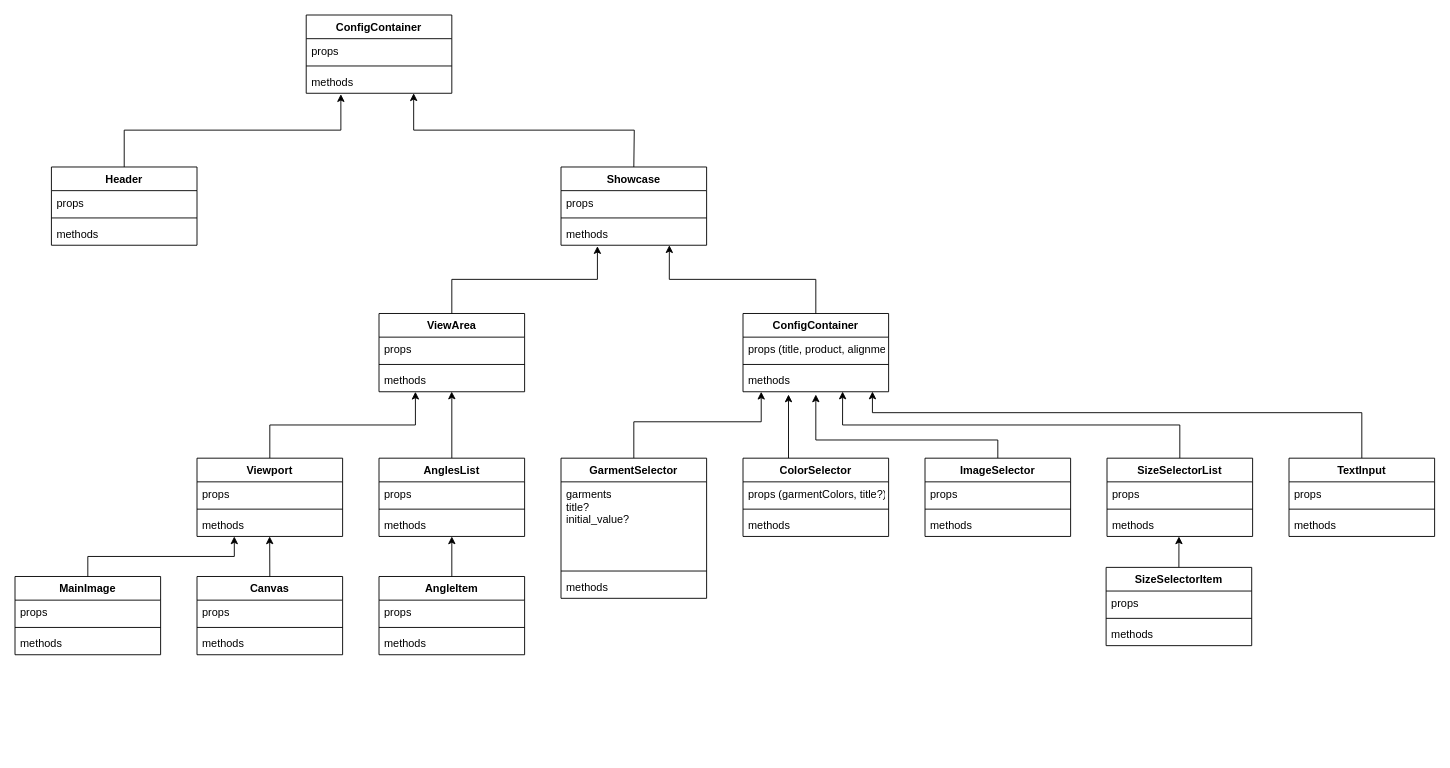
The draw.io diagram angela/ClothingDesignDiagram.drawio in Casm101/coding-with-friends, before the edit. Source tidied: cells renumbered, new cells numbered last; positions are measured from the earlier drawing's top-left corner, leaving out a move shared by most shapes. Both pictures are drawn from the tidied source at 91%, with x=0, y=0 at pixel (15, 15).
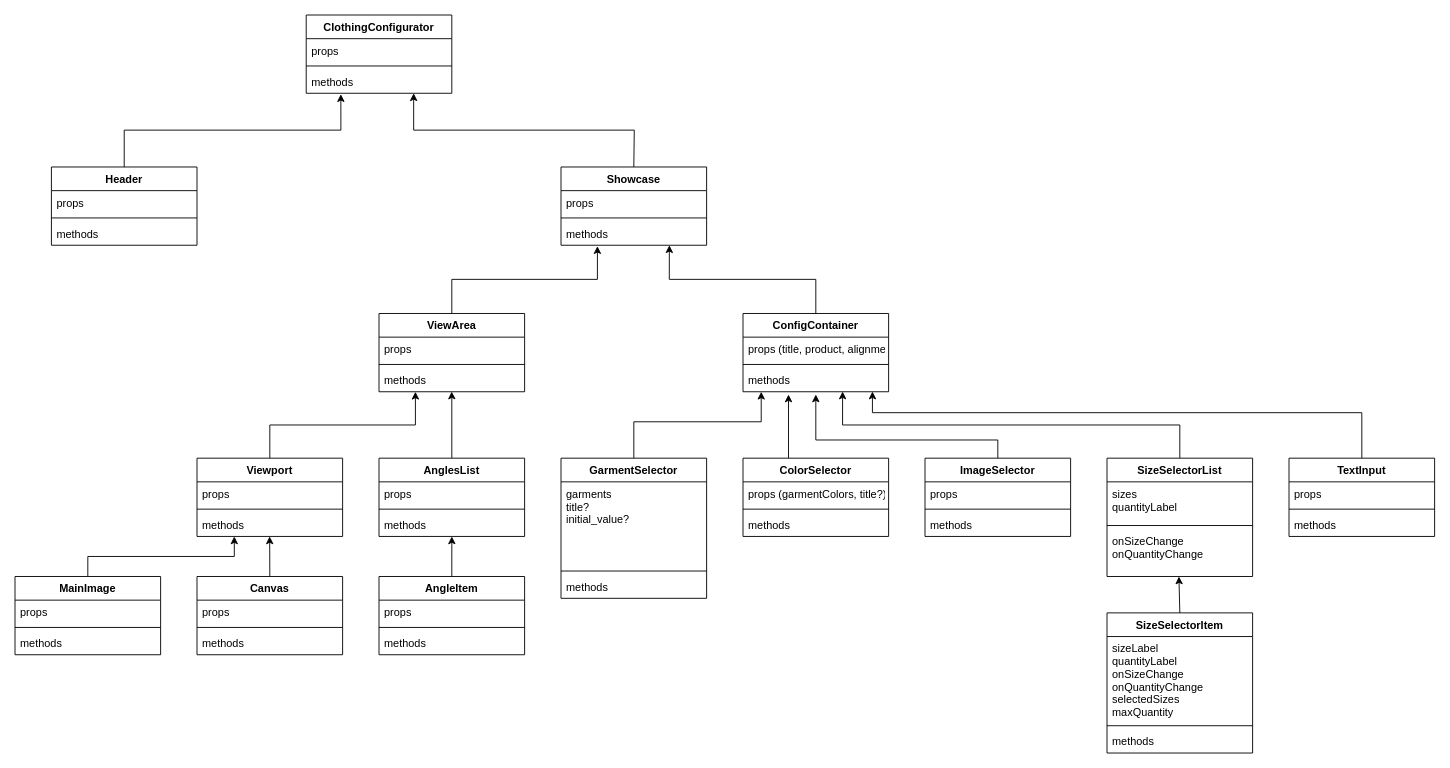
After the change.

Diff of the diagram source:
```diff
@@
     <mxCell id="41" value="SizeSelectorList" style="swimlane;fontStyle=1;align=center;verticalAlign=top;horizontal=1;startSize=26;" parent="1" vertex="1">
-      <mxGeometry x="1200" y="487" width="160" height="86" as="geometry" />
+      <mxGeometry x="1200" y="487" width="160" height="130" as="geometry" />
     </mxCell>
-    <mxCell id="42" value="props" style="text;strokeColor=none;fillColor=none;align=left;verticalAlign=top;spacingLeft=4;spacingRight=4;overflow=hidden;" parent="41" vertex="1">
-      <mxGeometry y="26" width="160" height="26" as="geometry" />
+    <mxCell id="42" value="sizes&#10;quantityLabel" style="text;strokeColor=none;fillColor=none;align=left;verticalAlign=top;spacingLeft=4;spacingRight=4;overflow=hidden;" parent="41" vertex="1">
+      <mxGeometry y="26" width="160" height="44" as="geometry" />
     </mxCell>
     <mxCell id="43" style="line;strokeWidth=1;fillColor=none;align=left;verticalAlign=middle;spacingTop=-1;spacingLeft=3;spacingRight=3;labelPosition=right;strokeColor=inherit;" parent="41" vertex="1">
-      <mxGeometry y="52" width="160" height="8" as="geometry" />
+      <mxGeometry y="70" width="160" height="8" as="geometry" />
     </mxCell>
-    <mxCell id="44" value="methods" style="text;strokeColor=none;fillColor=none;align=left;verticalAlign=top;spacingLeft=4;spacingRight=4;overflow=hidden;points=[[0,0.5],[1,0.5]];portConstraint=eastwest;" parent="41" vertex="1">
-      <mxGeometry y="60" width="160" height="26" as="geometry" />
+    <mxCell id="44" value="onSizeChange&#10;onQuantityChange" style="text;strokeColor=none;fillColor=none;align=left;verticalAlign=top;spacingLeft=4;spacingRight=4;overflow=hidden;points=[[0,0.5],[1,0.5]];portConstraint=eastwest;" parent="41" vertex="1">
+      <mxGeometry y="78" width="160" height="52" as="geometry" />
     </mxCell>
@@
     <mxCell id="46" value="SizeSelectorItem" style="swimlane;fontStyle=1;align=center;verticalAlign=top;horizontal=1;startSize=26;" parent="1" vertex="1">
-      <mxGeometry x="1199" y="607" width="160" height="86" as="geometry" />
+      <mxGeometry x="1200" y="657" width="160" height="154" as="geometry" />
     </mxCell>
-    <mxCell id="47" value="props" style="text;strokeColor=none;fillColor=none;align=left;verticalAlign=top;spacingLeft=4;spacingRight=4;overflow=hidden;" parent="46" vertex="1">
-      <mxGeometry y="26" width="160" height="26" as="geometry" />
+    <mxCell id="47" value="sizeLabel&#10;quantityLabel&#10;onSizeChange&#10;onQuantityChange&#10;selectedSizes&#10;maxQuantity" style="text;strokeColor=none;fillColor=none;align=left;verticalAlign=top;spacingLeft=4;spacingRight=4;overflow=hidden;" parent="46" vertex="1">
+      <mxGeometry y="26" width="160" height="94" as="geometry" />
     </mxCell>
     <mxCell id="48" style="line;strokeWidth=1;fillColor=none;align=left;verticalAlign=middle;spacingTop=-1;spacingLeft=3;spacingRight=3;labelPosition=right;strokeColor=inherit;" parent="46" vertex="1">
-      <mxGeometry y="52" width="160" height="8" as="geometry" />
+      <mxGeometry y="120" width="160" height="8" as="geometry" />
     </mxCell>
     <mxCell id="49" value="methods" style="text;strokeColor=none;fillColor=none;align=left;verticalAlign=top;spacingLeft=4;spacingRight=4;overflow=hidden;" parent="46" vertex="1">
-      <mxGeometry y="60" width="160" height="26" as="geometry" />
+      <mxGeometry y="128" width="160" height="26" as="geometry" />
     </mxCell>
@@
-    <mxCell id="65" value="ConfigContainer" style="swimlane;fontStyle=1;align=center;verticalAlign=top;horizontal=1;startSize=26;" parent="1" vertex="1">
+    <mxCell id="65" value="ClothingConfigurator" style="swimlane;fontStyle=1;align=center;verticalAlign=top;horizontal=1;startSize=26;" parent="1" vertex="1">
       <mxGeometry x="320" width="160" height="86" as="geometry" />
     </mxCell>
```
